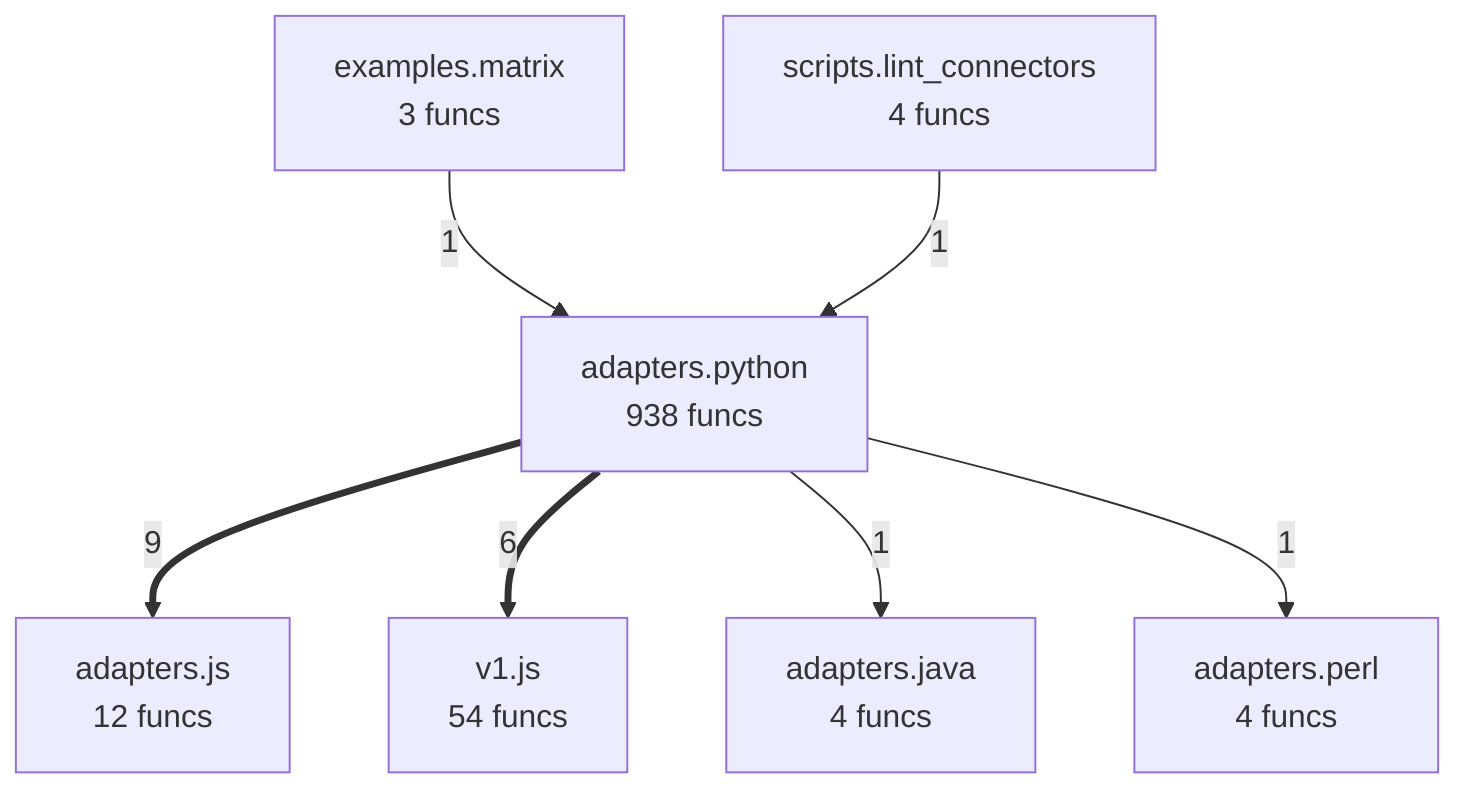
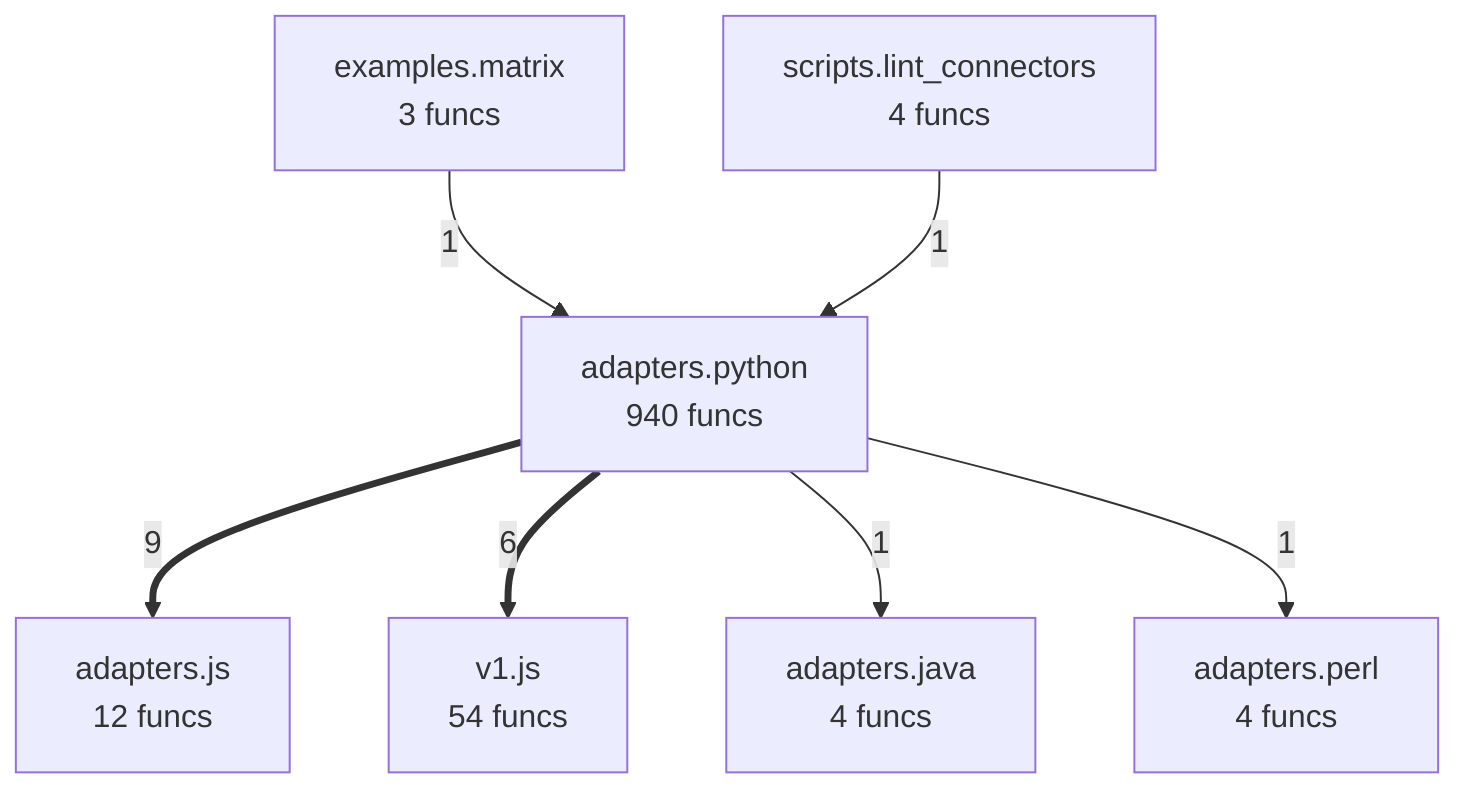
flowchart TD
%% generated in 0.03s
    adapters__java["adapters.java<br/>4 funcs"]
    adapters__js["adapters.js<br/>12 funcs"]
    adapters__perl["adapters.perl<br/>4 funcs"]
-     adapters__python["adapters.python<br/>938 funcs"]
+     adapters__python["adapters.python<br/>940 funcs"]
    examples__matrix["examples.matrix<br/>3 funcs"]
    scripts__lint_connectors["scripts.lint_connectors<br/>4 funcs"]
    v1__js["v1.js<br/>54 funcs"]
    adapters__python ==>|9| adapters__js
    adapters__python ==>|6| v1__js
    examples__matrix -->|1| adapters__python
    scripts__lint_connectors -->|1| adapters__python
    adapters__python -->|1| adapters__java
    adapters__python -->|1| adapters__perl
